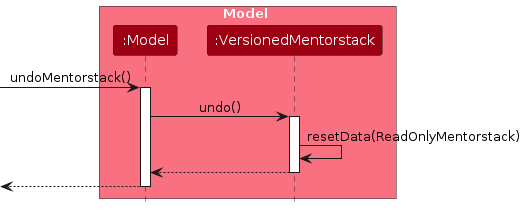
This is diagrams/UndoSequenceDiagram-Model.png from AY2425S2-CS2103-W11-1/tp, a PlantUML export, as it was before one commit. Its source is kept beside it as diagrams/UndoSequenceDiagram-Model.puml.
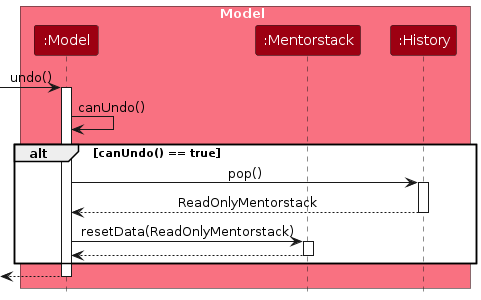
The same diagram one commit later.

Diff of the diagram source:
```diff
@@ -4,18 +4,29 @@
 
 box Model MODEL_COLOR_T1
 participant ":Model" as Model MODEL_COLOR
-participant ":VersionedMentorstack" as VersionedMentorstack MODEL_COLOR
+participant ":Mentorstack" as Mentorstack MODEL_COLOR
+participant ":History" as History MODEL_COLOR
 end box
 
-[-> Model : undoMentorstack()
+[-> Model : undo()
 activate Model
 
-Model -> VersionedMentorstack : undo()
-activate VersionedMentorstack
+Model -> Model : canUndo()
 
-VersionedMentorstack -> VersionedMentorstack :resetData(ReadOnlyMentorstack)
-VersionedMentorstack --> Model :
-deactivate VersionedMentorstack
+alt canUndo() == true
+    Model -> History : pop()
+    activate History
+
+    History --> Model : ReadOnlyMentorstack
+    deactivate History
+
+    Model -> Mentorstack : resetData(ReadOnlyMentorstack)
+
+    activate Mentorstack
+
+    Mentorstack --> Model :
+    deactivate Mentorstack
+end
 
 [<-- Model
 deactivate Model
```
